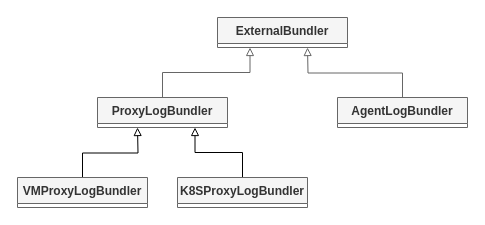
Above: page "ExternalLogBundler" (13 of 14) of st/K8S_Logging.drawio in gaivin/drawio (draw.io), before the change. Source tidied: cells renumbered, new cells numbered last; positions are measured from the earlier drawing's top-left corner, leaving out a move shared by most shapes. Both pictures are drawn from the tidied source at 100%, with x=0, y=0 at pixel (17, 17).
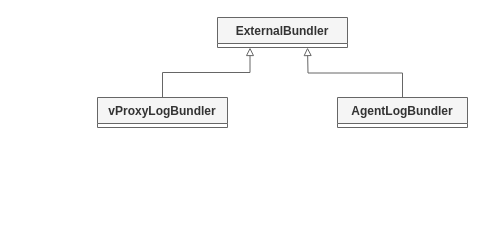
Above is the later version.

Diff of the diagram source:
```diff
@@
 <mxGraphModel>
   <root>
     <mxCell id="0" />
     <mxCell id="1" parent="0" />
     <mxCell id="2" value="ExternalBundler" style="swimlane;fontStyle=1;align=center;verticalAlign=top;horizontal=1;startSize=26;whiteSpace=wrap;html=1;fillColor=#f5f5f5;strokeColor=#666666;fontColor=#333333;" parent="1" vertex="1" collapsed="1">
       <mxGeometry x="200" width="130" height="30" as="geometry" />
     </mxCell>
     <mxCell id="3" style="edgeStyle=orthogonalEdgeStyle;rounded=0;jettySize=auto;html=1;exitX=0.5;exitY=0;exitDx=0;exitDy=0;entryX=0.25;entryY=1;entryDx=0;entryDy=0;endArrow=block;endFill=0;fillColor=#f5f5f5;strokeColor=#666666;" parent="1" edge="1" source="4" target="2">
       <mxGeometry relative="1" as="geometry" />
     </mxCell>
-    <mxCell id="4" value="ProxyLogBundler" style="swimlane;fontStyle=1;align=center;verticalAlign=top;horizontal=1;startSize=26;whiteSpace=wrap;html=1;fillColor=#f5f5f5;strokeColor=#666666;fontColor=#333333;" parent="1" vertex="1" collapsed="1">
+    <mxCell id="4" value="vProxyLogBundler" style="swimlane;fontStyle=1;align=center;verticalAlign=top;horizontal=1;startSize=26;whiteSpace=wrap;html=1;fillColor=#f5f5f5;strokeColor=#666666;fontColor=#333333;" parent="1" vertex="1" collapsed="1">
       <mxGeometry x="80" y="80" width="130" height="30" as="geometry" />
     </mxCell>
     <mxCell id="5" style="edgeStyle=orthogonalEdgeStyle;rounded=0;jettySize=auto;html=1;exitX=0.5;exitY=0;exitDx=0;exitDy=0;endArrow=block;endFill=0;fillColor=#f5f5f5;strokeColor=#666666;" parent="1" edge="1" source="6">
       <mxGeometry relative="1" as="geometry">
         <mxPoint x="290" y="30" as="targetPoint" />
       </mxGeometry>
     </mxCell>
     <mxCell id="6" value="AgentLogBundler" style="swimlane;fontStyle=1;align=center;verticalAlign=top;horizontal=1;startSize=26;whiteSpace=wrap;html=1;fillColor=#f5f5f5;strokeColor=#666666;fontColor=#333333;" parent="1" vertex="1" collapsed="1">
       <mxGeometry x="320" y="80" width="130" height="30" as="geometry" />
     </mxCell>
-    <mxCell id="7" style="edgeStyle=orthogonalEdgeStyle;rounded=0;jettySize=auto;html=1;exitX=0.5;exitY=0;exitDx=0;exitDy=0;endArrow=block;endFill=0;" parent="1" edge="1" source="8">
-      <mxGeometry relative="1" as="geometry">
-        <mxPoint x="120" y="110" as="targetPoint" />
-      </mxGeometry>
-    </mxCell>
-    <mxCell id="8" value="VMProxyLogBundler" style="swimlane;fontStyle=1;align=center;verticalAlign=top;horizontal=1;startSize=26;whiteSpace=wrap;html=1;fillColor=#f5f5f5;strokeColor=#666666;fontColor=#333333;" parent="1" vertex="1" collapsed="1">
-      <mxGeometry y="160" width="130" height="30" as="geometry" />
-    </mxCell>
-    <mxCell id="9" style="edgeStyle=orthogonalEdgeStyle;rounded=0;jettySize=auto;html=1;exitX=0.5;exitY=0;exitDx=0;exitDy=0;entryX=0.75;entryY=1;entryDx=0;entryDy=0;endArrow=block;endFill=0;" parent="1" edge="1" source="10" target="4">
-      <mxGeometry relative="1" as="geometry" />
-    </mxCell>
-    <mxCell id="10" value="K8SProxyLogBundler" style="swimlane;fontStyle=1;align=center;verticalAlign=top;horizontal=1;startSize=26;whiteSpace=wrap;html=1;fillColor=#f5f5f5;strokeColor=#666666;fontColor=#333333;" parent="1" vertex="1" collapsed="1">
-      <mxGeometry x="160" y="160" width="130" height="30" as="geometry" />
-    </mxCell>
   </root>
 </mxGraphModel>
```
